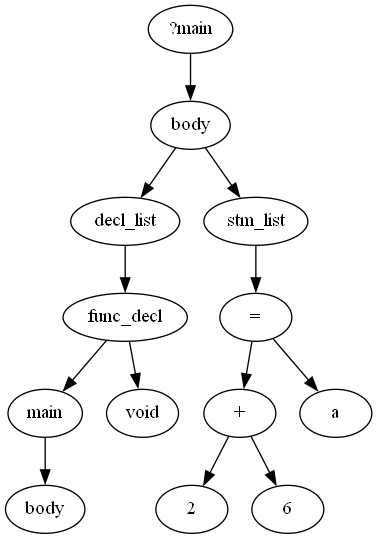
The Graphviz diagram printer/images/AST.gv.png in KianBankeLarsen/Compiler, before a commit. Its source is kept beside it as printer/images/AST.gv.
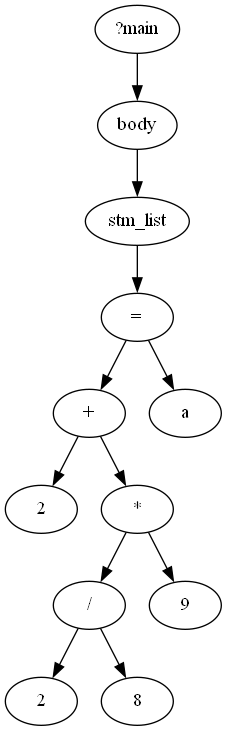
The same file after the commit.

What changed in the source:
```diff
@@ -1,27 +1,25 @@
 digraph AST {
 	0 [label="?main"]
 	1 [label=body]
-	2 [label=func_decl]
-	3 [label=main]
-	4 [label=body]
-	3 -> 4
-	5 [label=void]
-	2 -> 3
-	2 -> 5
-	6 [label=decl_list]
-	6 -> 2
-	1 -> 6
-	7 [label=stm_list]
-	8 [label=2]
-	9 [label=6]
-	10 [label="+"]
-	10 -> 8
+	2 [label=stm_list]
+	3 [label=2]
+	4 [label=2]
+	5 [label=8]
+	6 [label="/"]
+	6 -> 4
+	6 -> 5
+	7 [label=9]
+	8 [label="*"]
+	8 -> 6
+	8 -> 7
+	9 [label="+"]
+	9 -> 3
+	9 -> 8
+	10 [label="="]
+	11 [label=a]
+	10 -> 11
 	10 -> 9
-	11 [label="="]
-	12 [label=a]
-	11 -> 12
-	11 -> 10
-	7 -> 11
-	1 -> 7
+	2 -> 10
+	1 -> 2
 	0 -> 1
 }
```
